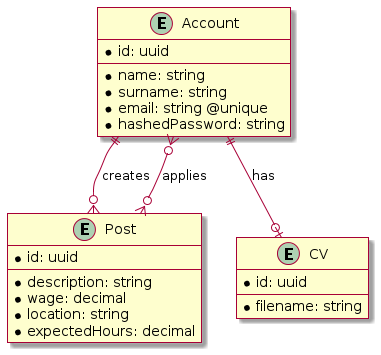
Above: docs/ERD.png in adam-oprchal/Part-time-jobs (PlantUML), before the change. The source it was exported from:
```plantuml
@startuml
skin rose

entity Account {
  * id: uuid
  --
  * name: string
  * surname: string
  * email: string @unique
  * hashedPassword: string
}

entity Post {
  * id: uuid
  --
  * description: string
  * wage: decimal
  * location: string
  * expectedHours: decimal
}

entity CV {
  * id: uuid
  --
  * filename: string
}

Account ||--o{ Post : creates

Account }o--o{ Post : applies

Account ||--o| CV : has
@enduml
```
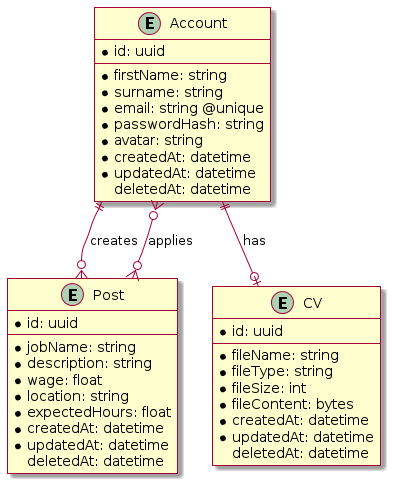
The same diagram one commit later.

What changed in the source:
```diff
@@ -4,25 +4,39 @@
 entity Account {
   * id: uuid
   --
-  * name: string
+  * firstName: string
   * surname: string
   * email: string @unique
-  * hashedPassword: string
+  * passwordHash: string
+  * avatar: string
+  * createdAt: datetime
+  * updatedAt: datetime
+  deletedAt: datetime
 }
 
 entity Post {
   * id: uuid
   --
+  * jobName: string
   * description: string
-  * wage: decimal
+  * wage: float
   * location: string
-  * expectedHours: decimal
+  * expectedHours: float
+  * createdAt: datetime
+  * updatedAt: datetime
+  deletedAt: datetime
 }
 
 entity CV {
   * id: uuid
   --
-  * filename: string
+  * fileName: string
+  * fileType: string
+  * fileSize: int
+  * fileContent: bytes
+  * createdAt: datetime
+  * updatedAt: datetime
+  deletedAt: datetime
 }
 
 Account ||--o{ Post : creates
```
